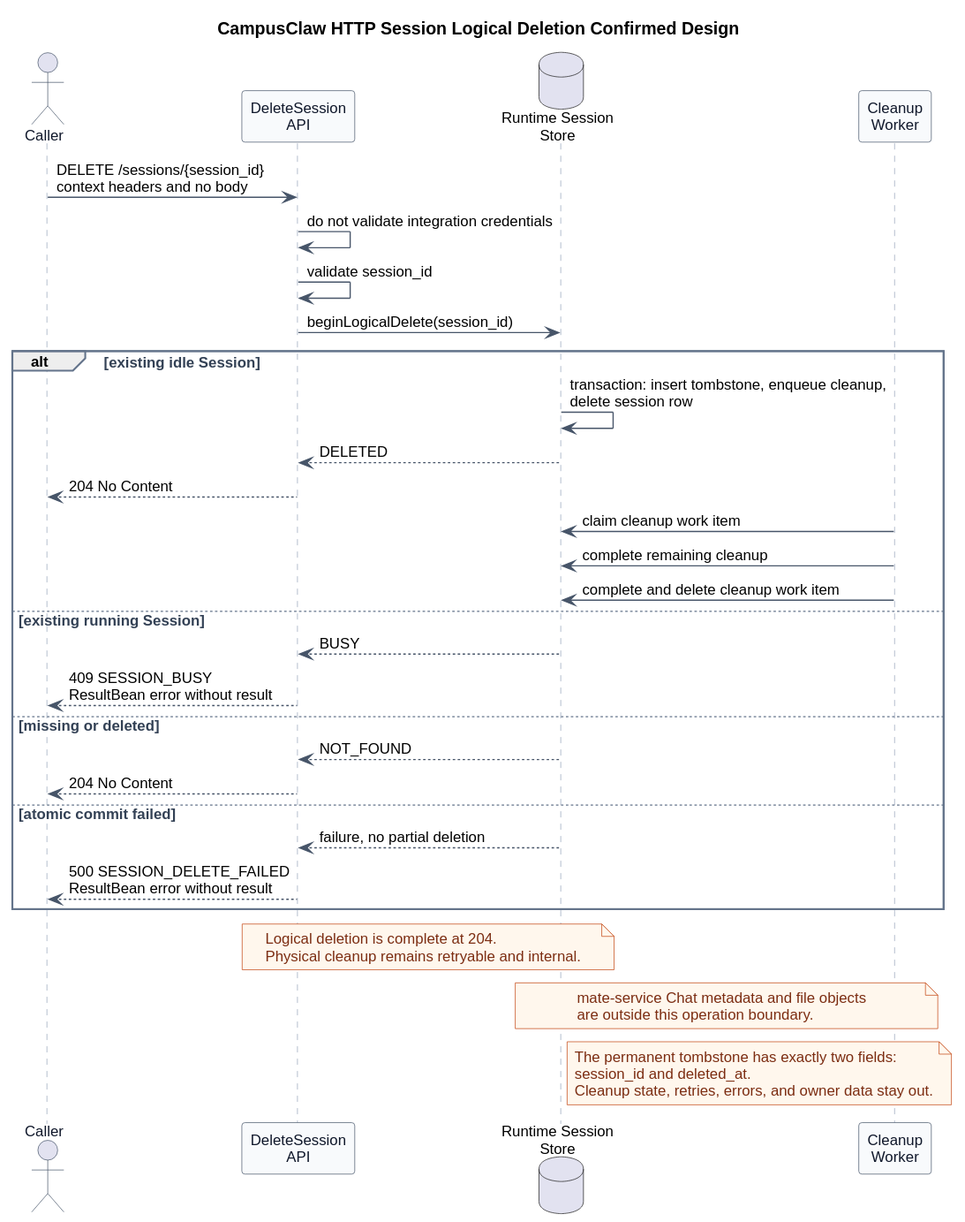
ssm0808/pi-mono-java-design keeps this PlantUML diagram as pi-mono-java-manager-driven-multi-agent-runtime/diagrams/session-lifecycle/http_delete_session.svg. Above is the earlier version.
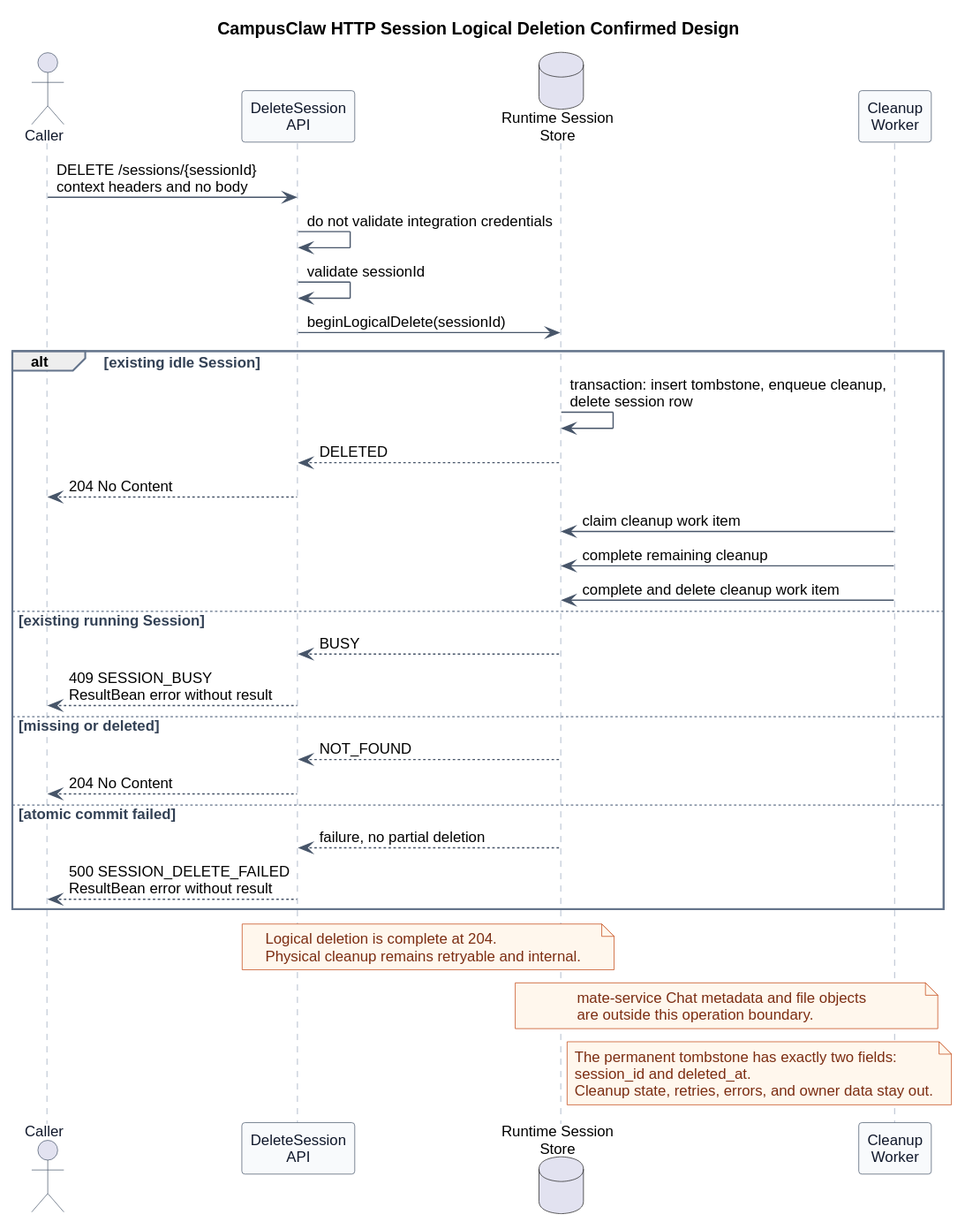
Above is the later version.

What changed in the source:
```diff
@@ -29,10 +29,10 @@
 database "Runtime Session\nStore" as Store
 participant "Cleanup\nWorker" as Worker
 
-Caller -> API : DELETE /sessions/{session_id}\ncontext headers and no body
+Caller -> API : DELETE /sessions/{sessionId}\ncontext headers and no body
 API -> API : do not validate integration credentials
-API -> API : validate session_id
-API -> Store : beginLogicalDelete(session_id)
+API -> API : validate sessionId
+API -> Store : beginLogicalDelete(sessionId)
 
 alt existing idle Session
   Store -> Store : transaction: insert tombstone, enqueue cleanup,\ndelete session row
```
